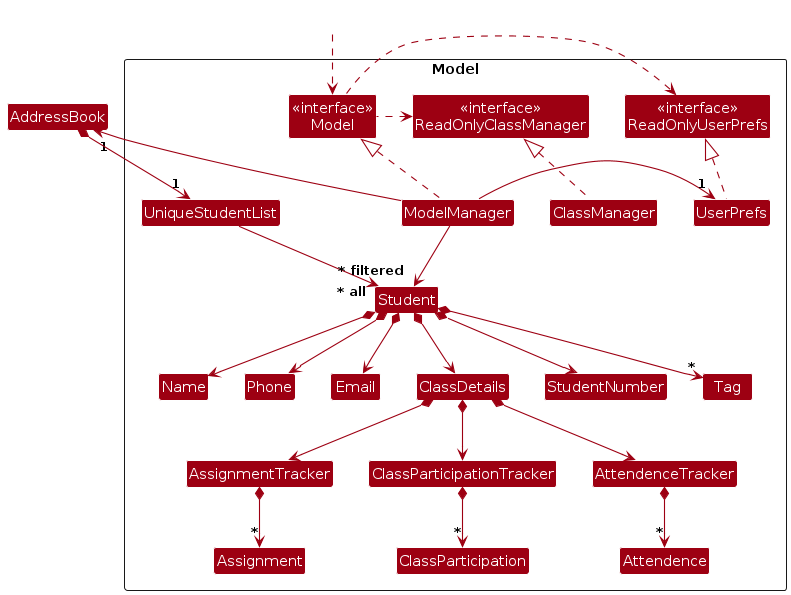
Before: diagrams/ModelClassDiagram.png, a diagram exported from PlantUML (AY2324S1-CS2103T-T11-1/tp). Its source is kept beside it as diagrams/ModelClassDiagram.puml.
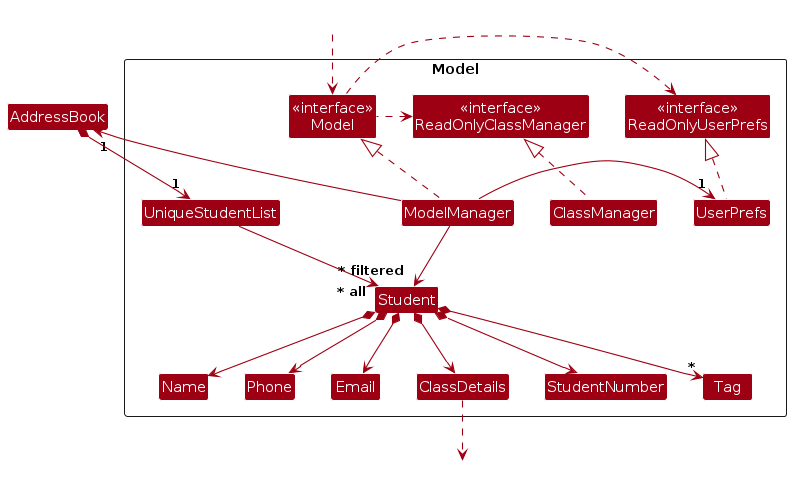
Above is the later version.

What changed in the source:
```diff
@@ -20,12 +20,6 @@
 Class Phone
 Class Tag
 Class StudentNumber
-Class AssignmentTracker
-Class ClassParticipationTracker
-Class AttendenceTracker
-Class Assignment
-Class ClassParticipation
-Class Attendence
 
 Class I #FFFFFF
 }
@@ -51,13 +45,6 @@
 Student *--> StudentNumber
 Student *--> "*" Tag
 
-ClassDetails *--> AssignmentTracker
-ClassDetails *--> ClassParticipationTracker
-ClassDetails *--> AttendenceTracker
-
-AssignmentTracker *--> "*" Assignment
-ClassParticipationTracker *--> "*" ClassParticipation
-AttendenceTracker *--> "*" Attendence
 UniqueStudentList -[hidden]right-> I
 
 Name -[hidden]right-> Phone
@@ -65,5 +52,8 @@
 Email -[hidden]right-> ClassDetails
 ClassDetails -[hidden]right-> StudentNumber
 
+Class HiddenClassDetails #FFFFFF
+ClassDetails ..> HiddenClassDetails
+
 ModelManager --> "~* filtered" Student
 @enduml
```
